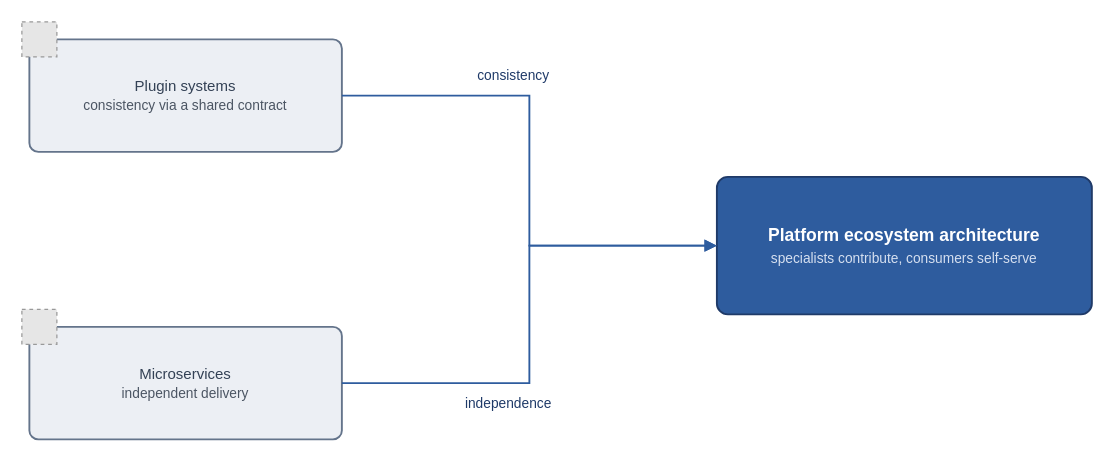
The draw.io diagram diagrams/ecosystem-architecture-lineage.drawio in missBerg/platform-capabilities, before the edit. Source tidied: cells renumbered, new cells numbered last; positions are measured from the earlier drawing's top-left corner, leaving out a move shared by most shapes. Both pictures are drawn from the tidied source at 125%, with x=0, y=0 at pixel (21, 21). Pictures stored in the file or linked from it are replaced by grey dashed boxes.
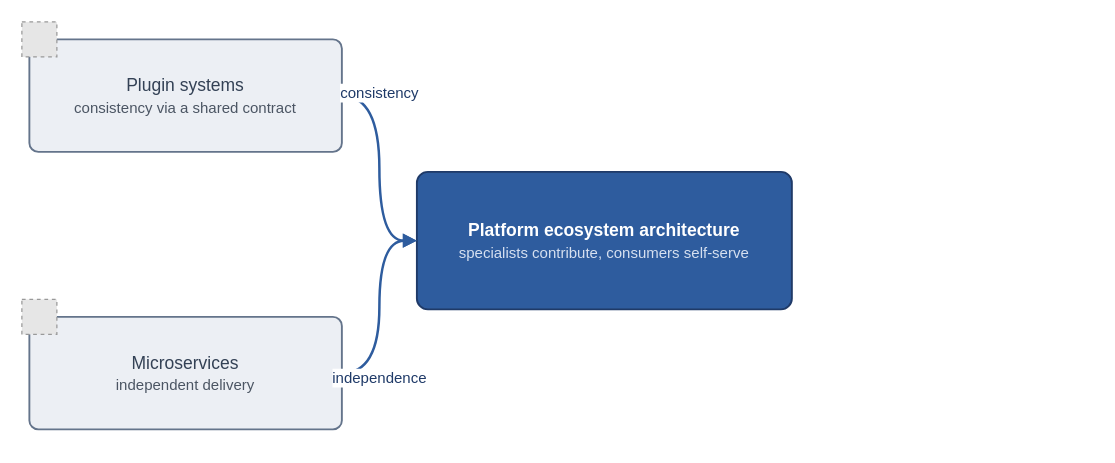
Above is the later version.

The edit, as a diff of the source:
```diff
@@
 <mxGraphModel>
   <root>
     <mxCell id="0" />
     <mxCell id="1" parent="0" />
-    <mxCell id="2" value="Plugin systems&lt;br&gt;&lt;font style=&quot;font-size: 11px&quot; color=&quot;#4B5563&quot;&gt;consistency via a shared contract&lt;/font&gt;" style="rounded=1;whiteSpace=wrap;html=1;arcSize=8;fillColor=#ECEFF4;strokeColor=#64748B;strokeWidth=1.5;fontColor=#334155;fontFamily=Helvetica;fontSize=12;align=center;verticalAlign=middle;shadow=0;" parent="1" vertex="1">
+    <mxCell id="2" value="Plugin systems&lt;br&gt;&lt;font style=&quot;font-size: 12px&quot; color=&quot;#4B5563&quot;&gt;consistency via a shared contract&lt;/font&gt;" style="rounded=1;whiteSpace=wrap;html=1;arcSize=8;fillColor=#ECEFF4;strokeColor=#64748B;strokeWidth=1.5;fontColor=#334155;fontFamily=Helvetica;fontSize=14;align=center;verticalAlign=middle;shadow=0;" parent="1" vertex="1">
       <mxGeometry x="6" y="14" width="250" height="90" as="geometry" />
     </mxCell>
-    <mxCell id="3" style="fillColor=#E6E6E6;strokeColor=#999999;dashed=1;verticalLabelPosition=bottom;verticalAlign=top;align=center;fontFamily=Helvetica;fontSize=12;fontColor=#1F3A68;" parent="1" vertex="1">
+    <mxCell id="3" style="fillColor=#E6E6E6;strokeColor=#999999;dashed=1;verticalLabelPosition=bottom;verticalAlign=top;align=center;fontFamily=Helvetica;fontSize=14;fontColor=#1F3A68;" parent="1" vertex="1">
       <mxGeometry width="28" height="28" as="geometry" />
     </mxCell>
-    <mxCell id="4" value="Microservices&lt;br&gt;&lt;font style=&quot;font-size: 11px&quot; color=&quot;#4B5563&quot;&gt;independent delivery&lt;/font&gt;" style="rounded=1;whiteSpace=wrap;html=1;arcSize=8;fillColor=#ECEFF4;strokeColor=#64748B;strokeWidth=1.5;fontColor=#334155;fontFamily=Helvetica;fontSize=12;align=center;verticalAlign=middle;shadow=0;" parent="1" vertex="1">
-      <mxGeometry x="6" y="244" width="250" height="90" as="geometry" />
+    <mxCell id="4" value="Microservices&lt;br&gt;&lt;font style=&quot;font-size: 12px&quot; color=&quot;#4B5563&quot;&gt;independent delivery&lt;/font&gt;" style="rounded=1;whiteSpace=wrap;html=1;arcSize=8;fillColor=#ECEFF4;strokeColor=#64748B;strokeWidth=1.5;fontColor=#334155;fontFamily=Helvetica;fontSize=14;align=center;verticalAlign=middle;shadow=0;" parent="1" vertex="1">
+      <mxGeometry x="6" y="236" width="250" height="90" as="geometry" />
     </mxCell>
-    <mxCell id="5" style="fillColor=#E6E6E6;strokeColor=#999999;dashed=1;verticalLabelPosition=bottom;verticalAlign=top;align=center;fontFamily=Helvetica;fontSize=12;fontColor=#1F3A68;" parent="1" vertex="1">
-      <mxGeometry y="230" width="28" height="28" as="geometry" />
+    <mxCell id="5" style="fillColor=#E6E6E6;strokeColor=#999999;dashed=1;verticalLabelPosition=bottom;verticalAlign=top;align=center;fontFamily=Helvetica;fontSize=14;fontColor=#1F3A68;" parent="1" vertex="1">
+      <mxGeometry y="222" width="28" height="28" as="geometry" />
     </mxCell>
-    <mxCell id="6" value="&lt;b&gt;Platform ecosystem architecture&lt;/b&gt;&lt;br&gt;&lt;font style=&quot;font-size: 11px&quot; color=&quot;#D6E0F0&quot;&gt;specialists contribute, consumers self-serve&lt;/font&gt;" style="rounded=1;whiteSpace=wrap;html=1;arcSize=8;fillColor=#2E5C9E;strokeColor=#1F3A68;strokeWidth=1.5;fontColor=#FFFFFF;fontFamily=Helvetica;fontSize=14;align=center;verticalAlign=middle;shadow=0;" parent="1" vertex="1">
-      <mxGeometry x="556" y="124" width="300" height="110" as="geometry" />
+    <mxCell id="6" value="&lt;b&gt;Platform ecosystem architecture&lt;/b&gt;&lt;br&gt;&lt;font style=&quot;font-size: 12px&quot; color=&quot;#D6E0F0&quot;&gt;specialists contribute, consumers self-serve&lt;/font&gt;" style="rounded=1;whiteSpace=wrap;html=1;arcSize=8;fillColor=#2E5C9E;strokeColor=#1F3A68;strokeWidth=1.5;fontColor=#FFFFFF;fontFamily=Helvetica;fontSize=14;align=center;verticalAlign=middle;shadow=0;" parent="1" vertex="1">
+      <mxGeometry x="316" y="120" width="300" height="110" as="geometry" />
     </mxCell>
-    <mxCell id="7" value="consistency" style="edgeStyle=orthogonalEdgeStyle;endArrow=block;html=1;rounded=0;strokeColor=#2E5C9E;strokeWidth=1.5;fontColor=#1F3A68;fontFamily=Helvetica;fontSize=11;endFill=1;entryX=0;entryY=0.5;entryDx=0;entryDy=0;" parent="1" edge="1" source="2" target="6">
-      <mxGeometry x="-0.35" relative="1" as="geometry">
+    <mxCell id="7" value="consistency" style="edgeStyle=orthogonalEdgeStyle;endArrow=block;html=1;rounded=0;strokeColor=#2E5C9E;strokeWidth=2;fontColor=#1F3A68;fontFamily=Helvetica;fontSize=12;endFill=1;curved=1;exitX=1;exitY=0.5;exitDx=0;exitDy=0;entryX=0;entryY=0.5;entryDx=0;entryDy=0;" parent="1" edge="1" source="2" target="6">
+      <mxGeometry x="-0.5" relative="1" as="geometry">
         <mxPoint y="-16" as="offset" />
       </mxGeometry>
     </mxCell>
-    <mxCell id="8" value="independence" style="edgeStyle=orthogonalEdgeStyle;endArrow=block;html=1;rounded=0;strokeColor=#2E5C9E;strokeWidth=1.5;fontColor=#1F3A68;fontFamily=Helvetica;fontSize=11;endFill=1;entryX=0;entryY=0.5;entryDx=0;entryDy=0;" parent="1" edge="1" source="4" target="6">
-      <mxGeometry x="-0.35" relative="1" as="geometry">
+    <mxCell id="8" value="independence" style="edgeStyle=orthogonalEdgeStyle;endArrow=block;html=1;rounded=0;strokeColor=#2E5C9E;strokeWidth=2;fontColor=#1F3A68;fontFamily=Helvetica;fontSize=12;endFill=1;curved=1;exitX=1;exitY=0.5;exitDx=0;exitDy=0;entryX=0;entryY=0.5;entryDx=0;entryDy=0;" parent="1" edge="1" source="4" target="6">
+      <mxGeometry x="-0.5" relative="1" as="geometry">
         <mxPoint y="16" as="offset" />
       </mxGeometry>
     </mxCell>
   </root>
 </mxGraphModel>
```
